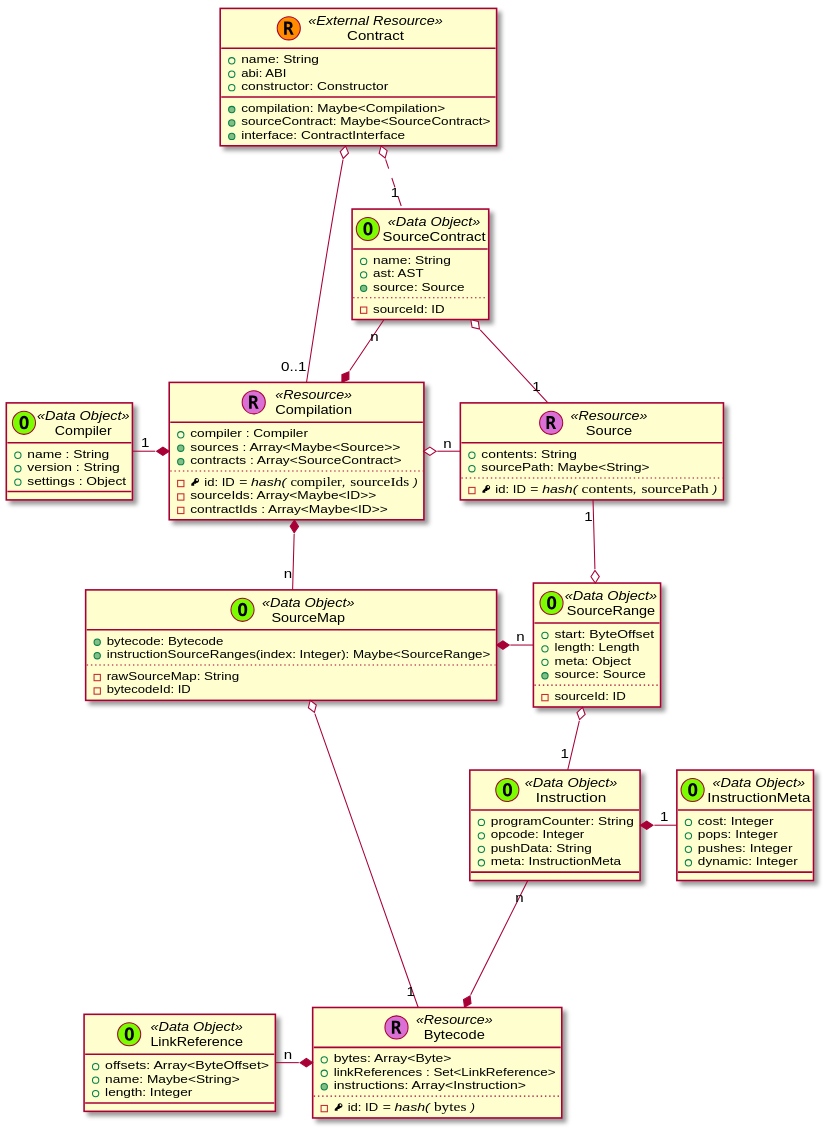
This is _images/plantuml-e9147eb3f2fd48370e6ec239004ba66ea4d7f91a.svg from trufflesuite/artifact-updates, a PlantUML export, as it was before one commit.
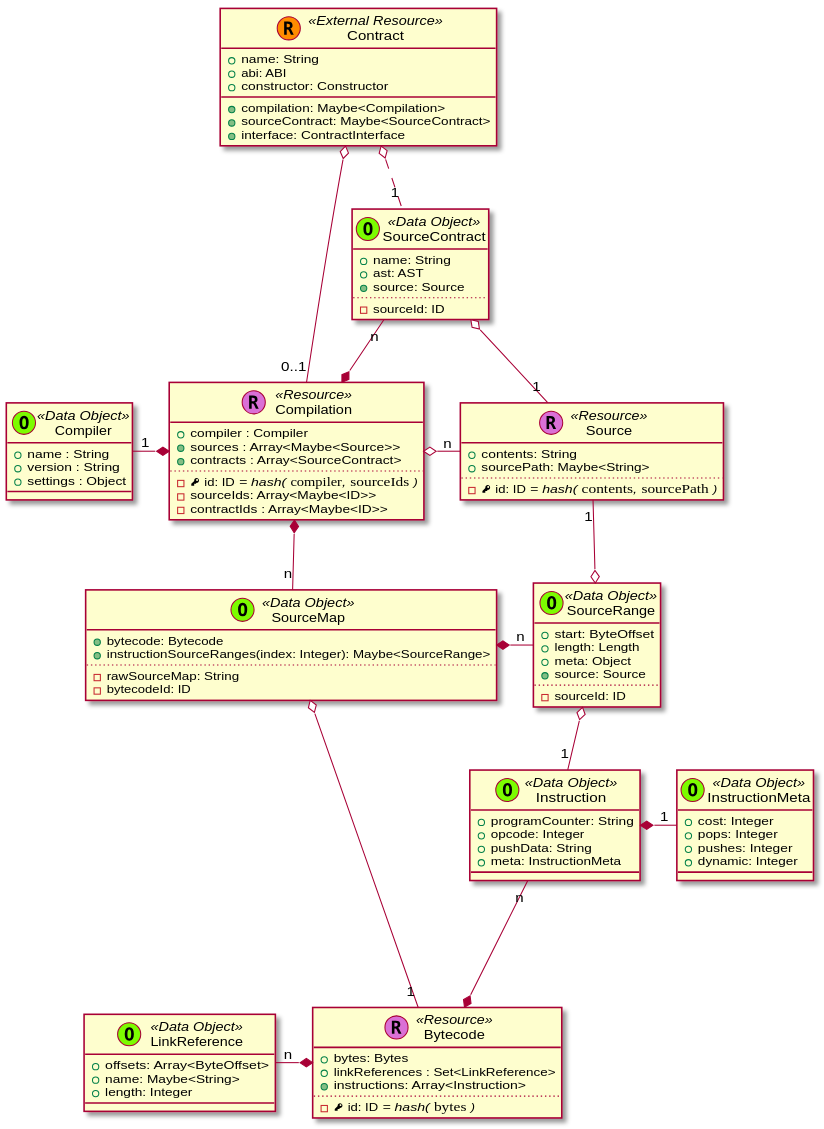
The same diagram one commit later.

What changed in the source:
```diff
@@ -22,7 +22,7 @@
 
 
     class Bytecode << (R,orchid) Resource >> {
-      + bytes: Array<Byte>
+      + bytes: Bytes
       + linkReferences : Set<LinkReference>
       + {method} instructions: Array<Instruction>
       ..
```
